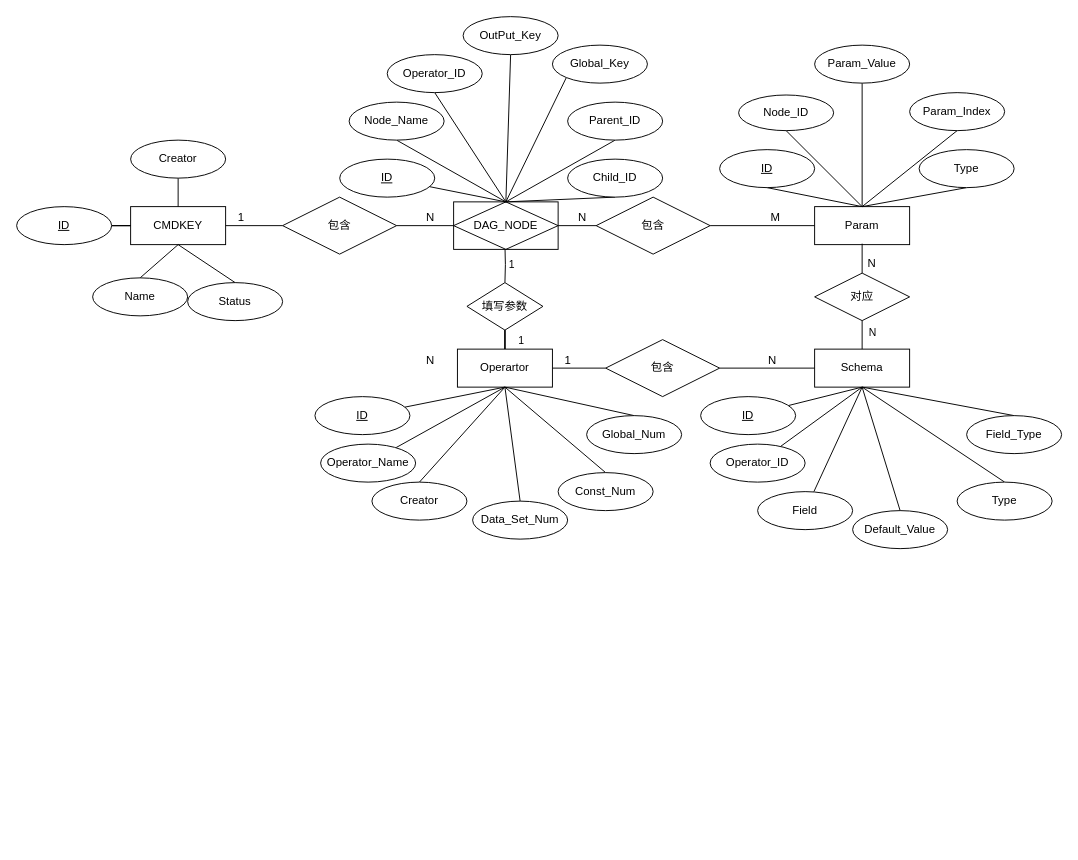
Earlier version of the draw.io diagram page "第 1 页" (1 of 3) of 未命名绘图.drawio (nullbull/uml). Source tidied: cells renumbered, new cells numbered last; positions are measured from the earlier drawing's top-left corner, leaving out a move shared by most shapes. Both pictures are drawn from the tidied source at 95%, with x=0, y=0 at pixel (16, 16).
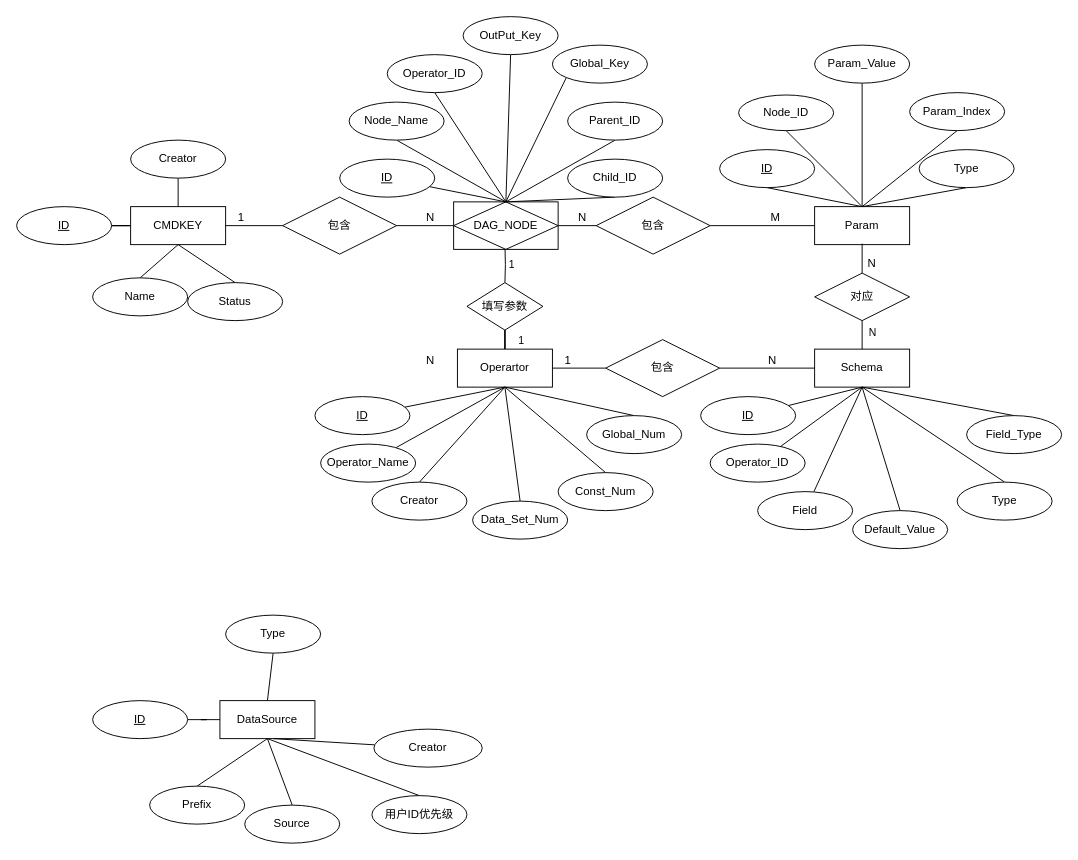
The same page after the edit.

Commit message (it also covers changes not shown here):
更新未命名绘图.drawio

Change to the diagram source:
```diff
@@
+    <mxCell id="91" value="DataSource" style="whiteSpace=wrap;html=1;align=center;" parent="1" vertex="1">
+      <mxGeometry x="214" y="720" width="100" height="40" as="geometry" />
+    </mxCell>
+    <mxCell id="92" style="edgeStyle=none;rounded=0;jettySize=auto;html=1;exitX=0.5;exitY=0;exitDx=0;exitDy=0;entryX=0.5;entryY=1;entryDx=0;entryDy=0;endArrow=none;endFill=0;" parent="1" edge="1" source="93" target="91">
+      <mxGeometry relative="1" as="geometry" />
+    </mxCell>
+    <mxCell id="93" value="Prefix" style="ellipse;whiteSpace=wrap;html=1;align=center;" parent="1" vertex="1">
+      <mxGeometry x="140" y="810" width="100" height="40" as="geometry" />
+    </mxCell>
+    <mxCell id="94" style="rounded=0;jettySize=auto;html=1;exitX=0.5;exitY=1;exitDx=0;exitDy=0;entryX=0.5;entryY=0;entryDx=0;entryDy=0;endArrow=none;endFill=0;" parent="1" edge="1" source="95" target="91">
+      <mxGeometry relative="1" as="geometry" />
+    </mxCell>
+    <mxCell id="95" value="Type" style="ellipse;whiteSpace=wrap;html=1;align=center;" parent="1" vertex="1">
+      <mxGeometry x="220" y="630" width="100" height="40" as="geometry" />
+    </mxCell>
+    <mxCell id="96" style="edgeStyle=orthogonalEdgeStyle;rounded=0;jettySize=auto;html=1;entryX=0;entryY=0.5;entryDx=0;entryDy=0;endArrow=none;endFill=0;" parent="1" edge="1" source="97" target="91">
+      <mxGeometry relative="1" as="geometry" />
+    </mxCell>
+    <mxCell id="97" value="ID" style="ellipse;whiteSpace=wrap;html=1;align=center;fontStyle=4;" parent="1" vertex="1">
+      <mxGeometry x="80" y="720" width="100" height="40" as="geometry" />
+    </mxCell>
+    <mxCell id="98" style="edgeStyle=none;rounded=0;jettySize=auto;html=1;exitX=0.5;exitY=0;exitDx=0;exitDy=0;endArrow=none;endFill=0;entryX=0.5;entryY=1;entryDx=0;entryDy=0;" parent="1" edge="1" source="99" target="91">
+      <mxGeometry relative="1" as="geometry" />
+    </mxCell>
+    <mxCell id="99" value="Source" style="ellipse;whiteSpace=wrap;html=1;align=center;" parent="1" vertex="1">
+      <mxGeometry x="240.1" y="830" width="100" height="40" as="geometry" />
+    </mxCell>
+    <mxCell id="100" style="rounded=0;jettySize=auto;html=1;exitX=0.5;exitY=0;exitDx=0;exitDy=0;entryX=0.5;entryY=1;entryDx=0;entryDy=0;endArrow=none;endFill=0;" parent="1" edge="1" source="101" target="91">
+      <mxGeometry relative="1" as="geometry" />
+    </mxCell>
+    <mxCell id="101" value="用户ID优先级" style="ellipse;whiteSpace=wrap;html=1;align=center;" parent="1" vertex="1">
+      <mxGeometry x="374" y="820" width="100" height="40" as="geometry" />
+    </mxCell>
+    <mxCell id="102" style="edgeStyle=none;rounded=0;jettySize=auto;html=1;endArrow=none;endFill=0;" parent="1" edge="1" source="103">
+      <mxGeometry relative="1" as="geometry">
+        <mxPoint x="270" y="760" as="targetPoint" />
+      </mxGeometry>
+    </mxCell>
+    <mxCell id="103" value="Creator" style="ellipse;whiteSpace=wrap;html=1;align=center;" parent="1" vertex="1">
+      <mxGeometry x="376.1" y="750" width="114" height="40" as="geometry" />
+    </mxCell>
```
